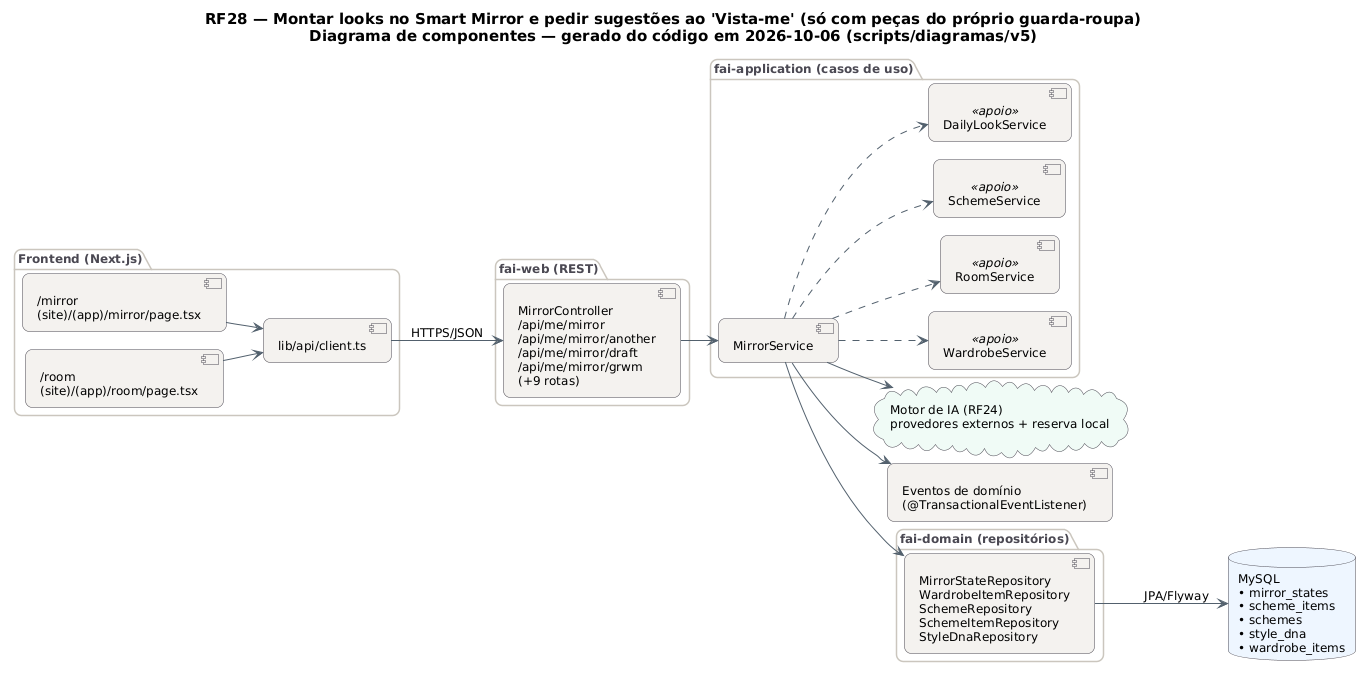
MatheusHaliski/tcc-2026-fashion-ai-backend keeps this PlantUML diagram as docs/diagramas/RF28/RF28_Componentes.png. Above is the earlier version.
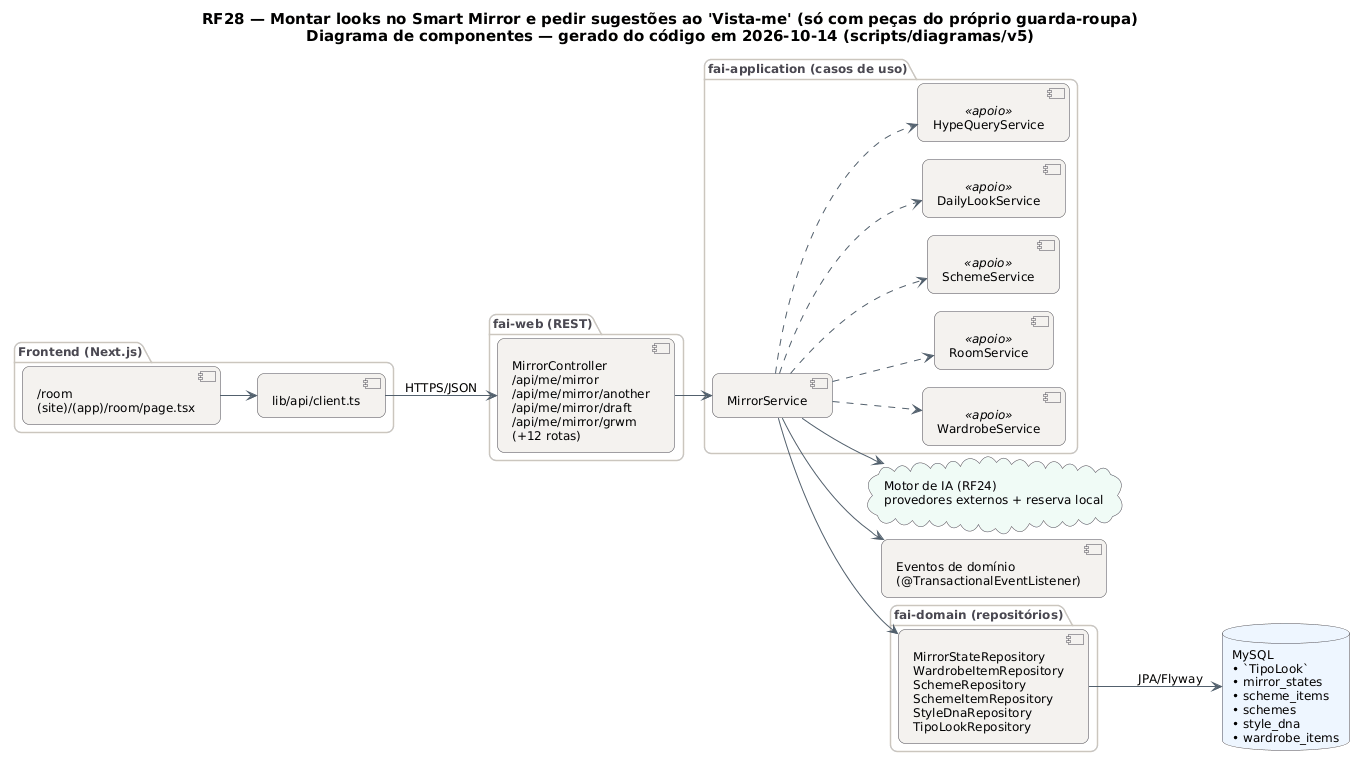
After the commit.

The edit, as a diff of the source:
```diff
@@ -29,15 +29,14 @@
   BorderColor #4A4852
 }
 left to right direction
-title RF28 — Montar looks no Smart Mirror e pedir sugestões ao 'Vista-me' (só com peças do próprio guarda-roupa)\nDiagrama de componentes — gerado do código em 2026-10-06 (scripts/diagramas/v5)
+title RF28 — Montar looks no Smart Mirror e pedir sugestões ao 'Vista-me' (só com peças do próprio guarda-roupa)\nDiagrama de componentes — gerado do código em 2026-10-14 (scripts/diagramas/v5)
 
 package "Frontend (Next.js)" {
-  component "/mirror\n(site)/(app)/mirror/page.tsx" as FE0
-  component "/room\n(site)/(app)/room/page.tsx" as FE1
+  component "/room\n(site)/(app)/room/page.tsx" as FE0
   component "lib/api/client.ts" as APIC
 }
 package "fai-web (REST)" {
-  component "MirrorController\n/api/me/mirror\n/api/me/mirror/another\n/api/me/mirror/draft\n/api/me/mirror/grwm\n(+9 rotas)" as MirrorController
+  component "MirrorController\n/api/me/mirror\n/api/me/mirror/another\n/api/me/mirror/draft\n/api/me/mirror/grwm\n(+12 rotas)" as MirrorController
 }
 package "fai-application (casos de uso)" {
   component "MirrorService" as MirrorService
@@ -45,21 +44,22 @@
   component "RoomService" as RoomService <<apoio>>
   component "SchemeService" as SchemeService <<apoio>>
   component "DailyLookService" as DailyLookService <<apoio>>
+  component "HypeQueryService" as HypeQueryService <<apoio>>
 }
 package "fai-domain (repositórios)" {
-  component "MirrorStateRepository\nWardrobeItemRepository\nSchemeRepository\nSchemeItemRepository\nStyleDnaRepository" as REPO_MySQL
+  component "MirrorStateRepository\nWardrobeItemRepository\nSchemeRepository\nSchemeItemRepository\nStyleDnaRepository\nTipoLookRepository" as REPO_MySQL
 }
-database "MySQL\n• mirror_states\n• scheme_items\n• schemes\n• style_dna\n• wardrobe_items" as DB_MySQL
+database "MySQL\n• `TipoLook`\n• mirror_states\n• scheme_items\n• schemes\n• style_dna\n• wardrobe_items" as DB_MySQL
 cloud "Motor de IA (RF24)\nprovedores externos + reserva local" as AI
 component "Eventos de domínio\n(@TransactionalEventListener)" as EV
 APIC --> MirrorController : HTTPS/JSON
 FE0 --> APIC
-FE1 --> APIC
 MirrorController --> MirrorService
 MirrorService --> AI
 MirrorService --> EV
 MirrorService --> REPO_MySQL
 MirrorService ..> DailyLookService
+MirrorService ..> HypeQueryService
 MirrorService ..> RoomService
 MirrorService ..> SchemeService
 MirrorService ..> WardrobeService
```
